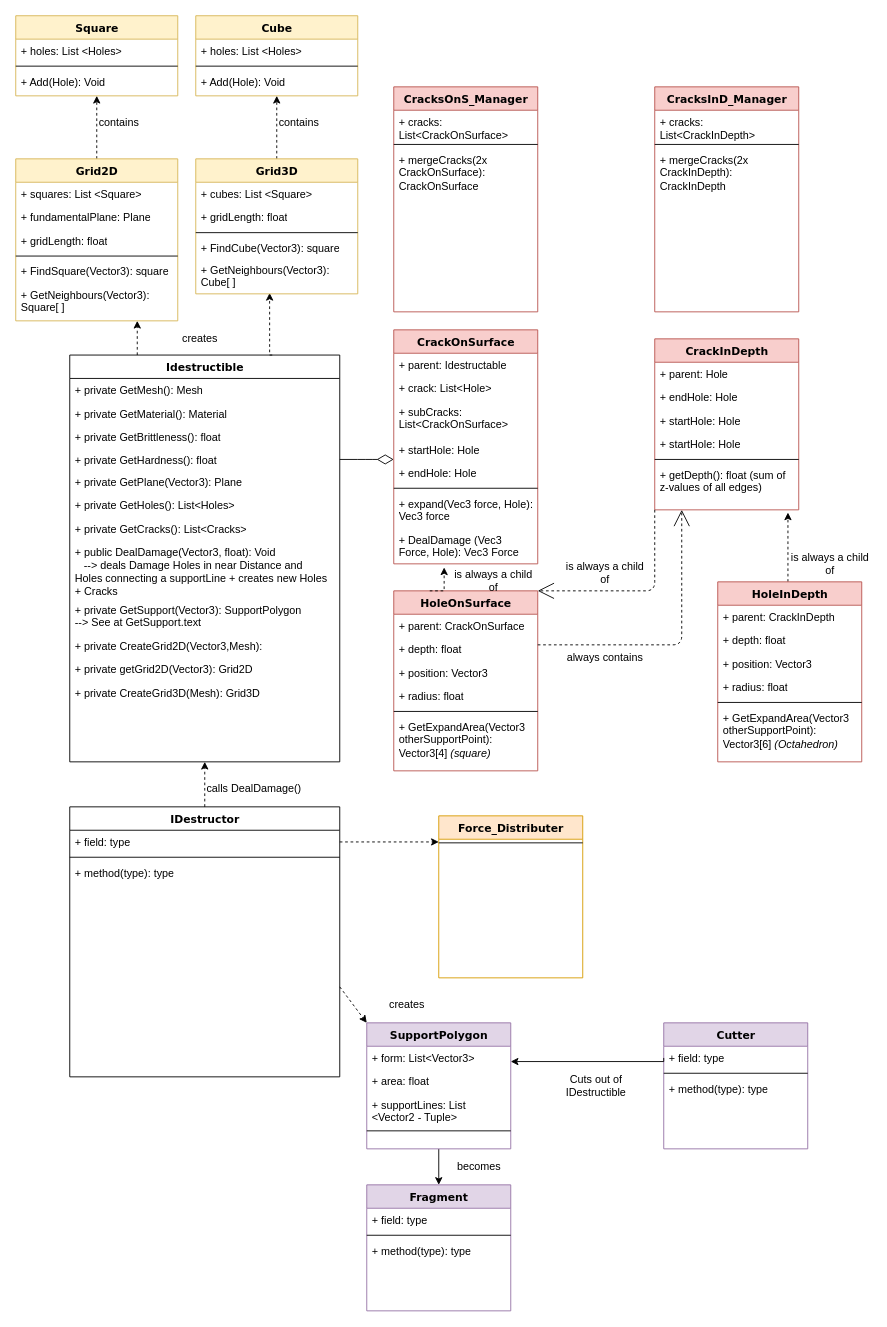
Above: 3. UML.drawio in Arthur-El-H/Destructible-Meshes-Unity-Asset-In-Progress- (draw.io), before the change. Source tidied: cells renumbered, new cells numbered last; positions are measured from the earlier drawing's top-left corner, leaving out a move shared by most shapes. Both pictures are drawn from the tidied source at 90%, with x=0, y=0 at pixel (15, 15).
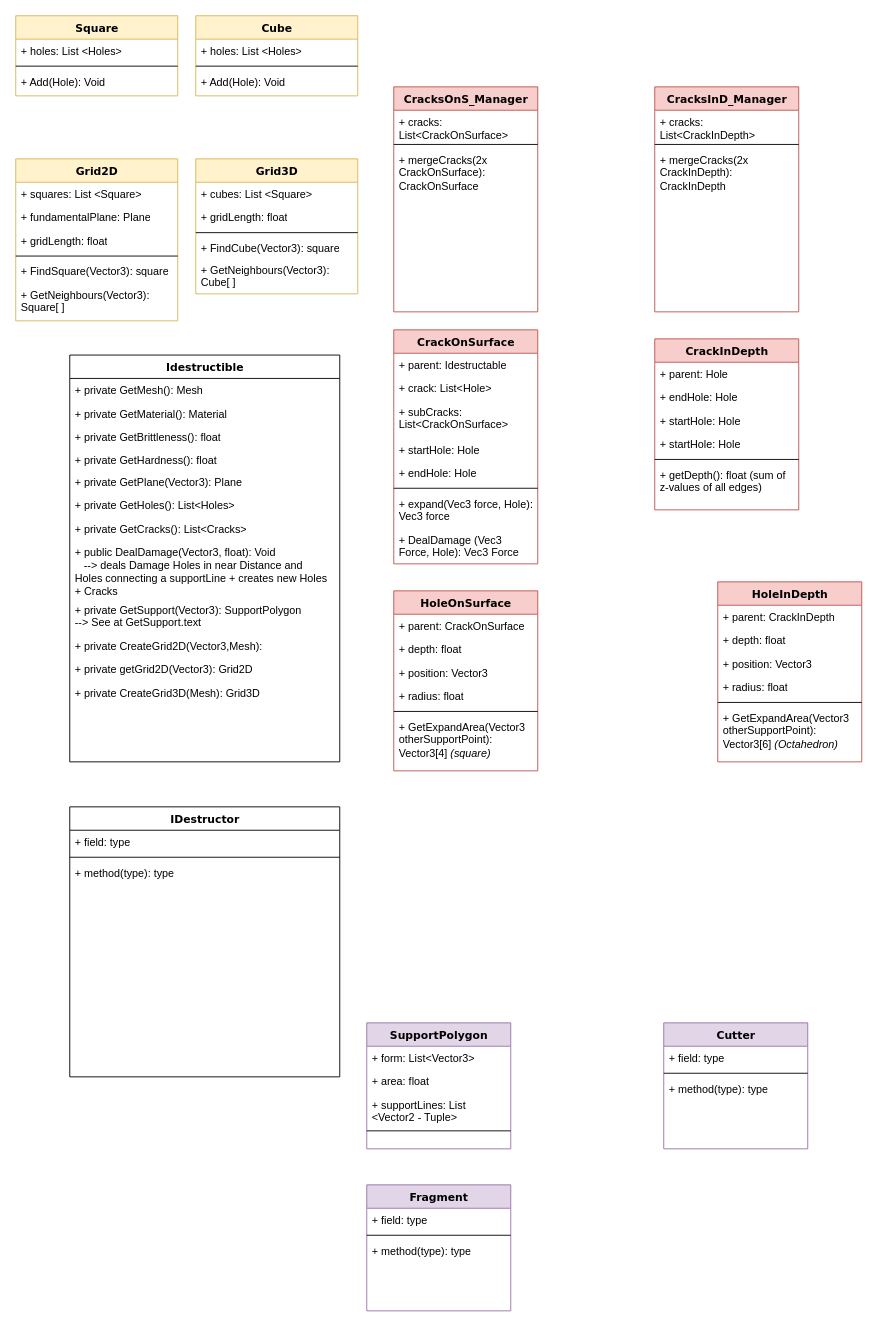
The same diagram, later.

Commit message (it also covers changes not shown here):
Improved UML

relations explained, better ordered

The change refers to these unchanged cells:
```xml
<mxCell id="4" value="Idestructible" style="swimlane;html=1;fontStyle=1;align=center;verticalAlign=top;horizontal=1;startSize=26;swimlaneFillColor=#ffffff;rounded=0;shadow=0;comic=0;labelBackgroundColor=none;strokeWidth=1;fillColor=none;fontFamily=Verdana;fontSize=12;" parent="1" vertex="1">
  <mxGeometry x="60" y="377" width="300" height="452" as="geometry" />
</mxCell>
<mxCell id="17" value="CrackOnSurface" style="swimlane;html=1;fontStyle=1;align=center;verticalAlign=top;horizontal=1;startSize=26;swimlaneFillColor=#ffffff;rounded=0;shadow=0;comic=0;labelBackgroundColor=none;strokeWidth=1;fillColor=#f8cecc;fontFamily=Verdana;fontSize=12;strokeColor=#b85450;" parent="1" vertex="1">
  <mxGeometry x="420" y="349" width="160" height="260" as="geometry" />
</mxCell>
<mxCell id="25" value="+ DealDamage (Vec3 Force, Hole): Vec3 Force" style="text;html=1;strokeColor=none;fillColor=none;align=left;verticalAlign=top;spacingLeft=4;spacingRight=4;whiteSpace=wrap;overflow=hidden;points=[[0,0.5],[1,0.5]];portConstraint=eastwest;" parent="17" vertex="1">
  <mxGeometry y="220" width="160" height="40" as="geometry" />
</mxCell>
<mxCell id="26" value="HoleOnSurface" style="swimlane;html=1;fontStyle=1;align=center;verticalAlign=top;horizontal=1;startSize=26;swimlaneFillColor=#ffffff;rounded=0;shadow=0;comic=0;labelBackgroundColor=none;strokeWidth=1;fillColor=#f8cecc;fontFamily=Verdana;fontSize=12;strokeColor=#b85450;" parent="1" vertex="1">
  <mxGeometry x="420" y="639" width="160" height="200" as="geometry" />
</mxCell>
<mxCell id="34" value="IDestructor" style="swimlane;html=1;fontStyle=1;align=center;verticalAlign=top;horizontal=1;startSize=26;swimlaneFillColor=#ffffff;rounded=0;shadow=0;comic=0;labelBackgroundColor=none;strokeWidth=1;fillColor=none;fontFamily=Verdana;fontSize=12;" parent="1" vertex="1">
  <mxGeometry x="60" y="879" width="300" height="300" as="geometry" />
</mxCell>
<mxCell id="35" value="+ field: type" style="text;html=1;strokeColor=none;fillColor=none;align=left;verticalAlign=top;spacingLeft=4;spacingRight=4;whiteSpace=wrap;overflow=hidden;points=[[0,0.5],[1,0.5]];portConstraint=eastwest;" parent="34" vertex="1">
  <mxGeometry y="26" width="300" height="26" as="geometry" />
</mxCell>
<mxCell id="44" value="+ getDepth(): float (sum of z-values of all edges)" style="text;html=1;strokeColor=none;fillColor=none;align=left;verticalAlign=top;spacingLeft=4;spacingRight=4;whiteSpace=wrap;overflow=hidden;points=[[0,0.5],[1,0.5]];portConstraint=eastwest;" parent="38" vertex="1">
  <mxGeometry y="138" width="160" height="52" as="geometry" />
</mxCell>
<mxCell id="45" value="Square" style="swimlane;html=1;fontStyle=1;align=center;verticalAlign=top;horizontal=1;startSize=26;swimlaneFillColor=#ffffff;rounded=0;shadow=0;comic=0;labelBackgroundColor=none;strokeWidth=1;fillColor=#fff2cc;fontFamily=Verdana;fontSize=12;strokeColor=#d6b656;" parent="1" vertex="1">
  <mxGeometry width="180" height="89" as="geometry" />
</mxCell>
<mxCell id="49" value="Fragment " style="swimlane;html=1;fontStyle=1;align=center;verticalAlign=top;horizontal=1;startSize=26;swimlaneFillColor=#ffffff;rounded=0;shadow=0;comic=0;labelBackgroundColor=none;strokeWidth=1;fillColor=#e1d5e7;fontFamily=Verdana;fontSize=12;strokeColor=#9673a6;" parent="1" vertex="1">
  <mxGeometry x="390" y="1299" width="160" height="140" as="geometry" />
</mxCell>
<mxCell id="57" value="+ field: type" style="text;html=1;strokeColor=none;fillColor=none;align=left;verticalAlign=top;spacingLeft=4;spacingRight=4;whiteSpace=wrap;overflow=hidden;points=[[0,0.5],[1,0.5]];portConstraint=eastwest;" parent="56" vertex="1">
  <mxGeometry y="26" width="160" height="26" as="geometry" />
</mxCell>
<mxCell id="65" value="Grid2D" style="swimlane;html=1;fontStyle=1;align=center;verticalAlign=top;horizontal=1;startSize=26;swimlaneFillColor=#ffffff;rounded=0;shadow=0;comic=0;labelBackgroundColor=none;strokeWidth=1;fillColor=#fff2cc;fontFamily=Verdana;fontSize=12;strokeColor=#d6b656;" parent="1" vertex="1">
  <mxGeometry y="159" width="180" height="180" as="geometry" />
</mxCell>
<mxCell id="76" value="Cube" style="swimlane;html=1;fontStyle=1;align=center;verticalAlign=top;horizontal=1;startSize=26;swimlaneFillColor=#ffffff;rounded=0;shadow=0;comic=0;labelBackgroundColor=none;strokeWidth=1;fillColor=#fff2cc;fontFamily=Verdana;fontSize=12;strokeColor=#d6b656;" parent="1" vertex="1">
  <mxGeometry x="200" width="180" height="89" as="geometry" />
</mxCell>
<mxCell id="81" value="Grid3D" style="swimlane;html=1;fontStyle=1;align=center;verticalAlign=top;horizontal=1;startSize=26;swimlaneFillColor=#ffffff;rounded=0;shadow=0;comic=0;labelBackgroundColor=none;strokeWidth=1;fillColor=#fff2cc;fontFamily=Verdana;fontSize=12;strokeColor=#d6b656;" parent="1" vertex="1">
  <mxGeometry x="200" y="159" width="180" height="150" as="geometry" />
</mxCell>
<mxCell id="86" value="+ GetNeighbours(Vector3): Cube[ ]" style="text;html=1;strokeColor=none;fillColor=none;align=left;verticalAlign=top;spacingLeft=4;spacingRight=4;whiteSpace=wrap;overflow=hidden;points=[[0,0.5],[1,0.5]];portConstraint=eastwest;" parent="81" vertex="1">
  <mxGeometry y="110" width="180" height="40" as="geometry" />
</mxCell>
<mxCell id="88" value="SupportPolygon" style="swimlane;html=1;fontStyle=1;align=center;verticalAlign=top;horizontal=1;startSize=26;swimlaneFillColor=#ffffff;rounded=0;shadow=0;comic=0;labelBackgroundColor=none;strokeWidth=1;fillColor=#e1d5e7;fontFamily=Verdana;fontSize=12;strokeColor=#9673a6;" parent="1" vertex="1">
  <mxGeometry x="390" y="1119" width="160" height="140" as="geometry" />
</mxCell>
<mxCell id="98" value="HoleInDepth" style="swimlane;html=1;fontStyle=1;align=center;verticalAlign=top;horizontal=1;startSize=26;swimlaneFillColor=#ffffff;rounded=0;shadow=0;comic=0;labelBackgroundColor=none;strokeWidth=1;fillColor=#f8cecc;fontFamily=Verdana;fontSize=12;strokeColor=#b85450;" parent="1" vertex="1">
  <mxGeometry x="780" y="629" width="160" height="200" as="geometry" />
</mxCell>
```

The edit, as a diff of the source:
```diff
@@
-    <mxCell id="2" style="edgeStyle=orthogonalEdgeStyle;rounded=0;jettySize=auto;html=1;exitX=0.25;exitY=0;exitDx=0;exitDy=0;entryX=0.75;entryY=1;entryDx=0;entryDy=0;dashed=1;" parent="1" edge="1" source="4" target="65">
-      <mxGeometry relative="1" as="geometry" />
-    </mxCell>
-    <mxCell id="3" style="edgeStyle=orthogonalEdgeStyle;rounded=0;jettySize=auto;html=1;exitX=0.75;exitY=0;exitDx=0;exitDy=0;dashed=1;entryX=0.456;entryY=0.975;entryDx=0;entryDy=0;entryPerimeter=0;" parent="1" edge="1" source="4" target="86">
-      <mxGeometry relative="1" as="geometry">
-        <Array as="points">
-          <mxPoint x="282" y="377" />
-        </Array>
-      </mxGeometry>
-    </mxCell>
@@
-    <mxCell id="33" style="edgeStyle=orthogonalEdgeStyle;rounded=0;jettySize=auto;html=1;exitX=0.5;exitY=0;exitDx=0;exitDy=0;entryX=0.5;entryY=1;entryDx=0;entryDy=0;dashed=1;" parent="1" edge="1" source="34" target="4">
-      <mxGeometry relative="1" as="geometry" />
-    </mxCell>
@@
-    <mxCell id="53" style="edgeStyle=elbowEdgeStyle;html=1;labelBackgroundColor=none;startFill=0;startSize=8;endArrow=diamondThin;endFill=0;endSize=16;fontFamily=Verdana;fontSize=12;elbow=vertical;" parent="1" edge="1" source="4" target="17">
-      <mxGeometry relative="1" as="geometry" />
-    </mxCell>
-    <mxCell id="54" style="edgeStyle=elbowEdgeStyle;html=1;labelBackgroundColor=none;startFill=0;startSize=8;endArrow=open;endFill=0;endSize=16;fontFamily=Verdana;fontSize=12;elbow=vertical;dashed=1;" parent="1" edge="1">
-      <mxGeometry relative="1" as="geometry">
-        <mxPoint x="710" y="549" as="sourcePoint" />
-        <mxPoint x="580" y="639" as="targetPoint" />
-        <Array as="points">
-          <mxPoint x="660" y="639" />
-          <mxPoint x="660" y="649" />
-          <mxPoint x="670" y="629" />
-          <mxPoint x="570" y="639" />
-          <mxPoint x="600" y="569" />
-          <mxPoint x="600" y="619" />
-          <mxPoint x="640" y="569" />
-          <mxPoint x="630" y="684" />
-          <mxPoint x="580" y="599" />
-          <mxPoint x="580" y="689" />
-          <mxPoint x="820" y="501" />
-        </Array>
-      </mxGeometry>
-    </mxCell>
-    <mxCell id="55" value="&lt;div&gt;is always a child of&lt;br&gt;&lt;/div&gt;" style="text;html=1;strokeColor=none;fillColor=none;align=center;verticalAlign=middle;whiteSpace=wrap;rounded=0;" parent="1" vertex="1">
-      <mxGeometry x="610" y="609" width="90" height="20" as="geometry" />
-    </mxCell>
@@
-    <mxCell id="64" style="edgeStyle=orthogonalEdgeStyle;rounded=0;jettySize=auto;html=1;exitX=0.5;exitY=0;exitDx=0;exitDy=0;entryX=0.5;entryY=1;entryDx=0;entryDy=0;dashed=1;" parent="1" edge="1" source="65" target="45">
-      <mxGeometry relative="1" as="geometry" />
-    </mxCell>
@@
-    <mxCell id="80" style="edgeStyle=orthogonalEdgeStyle;rounded=0;jettySize=auto;html=1;exitX=0.5;exitY=0;exitDx=0;exitDy=0;entryX=0.5;entryY=1;entryDx=0;entryDy=0;dashed=1;" parent="1" edge="1" source="81" target="76">
-      <mxGeometry relative="1" as="geometry" />
-    </mxCell>
@@
-    <mxCell id="87" style="edgeStyle=orthogonalEdgeStyle;rounded=0;jettySize=auto;html=1;exitX=0.5;exitY=1;exitDx=0;exitDy=0;entryX=0.5;entryY=0;entryDx=0;entryDy=0;" parent="1" edge="1" source="88" target="49">
-      <mxGeometry relative="1" as="geometry" />
-    </mxCell>
@@
-    <mxCell id="93" value="Force_Distributer" style="swimlane;html=1;fontStyle=1;align=center;verticalAlign=top;horizontal=1;startSize=26;swimlaneFillColor=#ffffff;rounded=0;shadow=0;comic=0;labelBackgroundColor=none;strokeWidth=1;fontFamily=Verdana;fontSize=12;fillColor=#ffe6cc;strokeColor=#d79b00;" parent="1" vertex="1">
-      <mxGeometry x="470" y="889" width="160" height="180" as="geometry" />
-    </mxCell>
-    <mxCell id="94" style="line;html=1;strokeWidth=1;fillColor=none;align=left;verticalAlign=middle;spacingTop=-1;spacingLeft=3;spacingRight=3;labelPosition=right;" parent="93" vertex="1">
-      <mxGeometry y="26" width="160" height="8" as="geometry" />
-    </mxCell>
-    <mxCell id="95" style="edgeStyle=elbowEdgeStyle;html=1;labelBackgroundColor=none;startFill=0;startSize=8;endArrow=open;endFill=0;endSize=16;fontFamily=Verdana;fontSize=12;elbow=vertical;dashed=1;" parent="1" edge="1">
-      <mxGeometry relative="1" as="geometry">
-        <mxPoint x="580" y="699" as="sourcePoint" />
-        <mxPoint x="740" y="549" as="targetPoint" />
-        <Array as="points">
-          <mxPoint x="600" y="699" />
-          <mxPoint x="610" y="739" />
-          <mxPoint x="640" y="709" />
-          <mxPoint x="600" y="799" />
-          <mxPoint x="600" y="750" />
-          <mxPoint x="830" y="479" />
-        </Array>
-      </mxGeometry>
-    </mxCell>
-    <mxCell id="96" value="&lt;div&gt;always contains&lt;br&gt;&lt;/div&gt;" style="text;html=1;strokeColor=none;fillColor=none;align=center;verticalAlign=middle;whiteSpace=wrap;rounded=0;" parent="1" vertex="1">
-      <mxGeometry x="610" y="704" width="90" height="20" as="geometry" />
-    </mxCell>
-    <mxCell id="97" style="edgeStyle=orthogonalEdgeStyle;rounded=0;jettySize=auto;html=1;entryX=0.925;entryY=1.058;entryDx=0;entryDy=0;entryPerimeter=0;dashed=1;" parent="1" edge="1" source="98" target="44">
-      <mxGeometry relative="1" as="geometry">
-        <Array as="points">
-          <mxPoint x="858" y="609" />
-          <mxPoint x="858" y="609" />
-        </Array>
-      </mxGeometry>
-    </mxCell>
@@
-    <mxCell id="105" style="edgeStyle=orthogonalEdgeStyle;rounded=0;jettySize=auto;html=1;exitX=0;exitY=0.5;exitDx=0;exitDy=0;" parent="1" edge="1" source="57">
-      <mxGeometry relative="1" as="geometry">
-        <mxPoint x="550" y="1162" as="targetPoint" />
-        <Array as="points">
-          <mxPoint x="720" y="1162" />
-        </Array>
-      </mxGeometry>
-    </mxCell>
-    <mxCell id="106" value="Cuts out of IDestructible" style="text;html=1;strokeColor=none;fillColor=none;align=center;verticalAlign=middle;whiteSpace=wrap;rounded=0;" parent="1" vertex="1">
-      <mxGeometry x="600" y="1179" width="90" height="20" as="geometry" />
-    </mxCell>
-    <mxCell id="107" value="becomes" style="text;html=1;strokeColor=none;fillColor=none;align=center;verticalAlign=middle;whiteSpace=wrap;rounded=0;" parent="1" vertex="1">
-      <mxGeometry x="470" y="1269" width="90" height="20" as="geometry" />
-    </mxCell>
-    <mxCell id="108" value="&lt;div&gt;is always a child of&lt;br&gt;&lt;/div&gt;" style="text;html=1;strokeColor=none;fillColor=none;align=center;verticalAlign=middle;whiteSpace=wrap;rounded=0;" parent="1" vertex="1">
-      <mxGeometry x="860" y="599" width="90" height="20" as="geometry" />
-    </mxCell>
-    <mxCell id="109" style="edgeStyle=orthogonalEdgeStyle;rounded=0;jettySize=auto;html=1;exitX=1;exitY=0.5;exitDx=0;exitDy=0;dashed=1;" parent="1" edge="1" source="35">
-      <mxGeometry relative="1" as="geometry">
-        <mxPoint x="470" y="918" as="targetPoint" />
-        <Array as="points">
-          <mxPoint x="470" y="918" />
-        </Array>
-      </mxGeometry>
-    </mxCell>
-    <mxCell id="110" value="&lt;div&gt;creates&lt;/div&gt;" style="text;html=1;strokeColor=none;fillColor=none;align=center;verticalAlign=middle;whiteSpace=wrap;rounded=0;" parent="1" vertex="1">
-      <mxGeometry x="160" y="349" width="90" height="20" as="geometry" />
-    </mxCell>
-    <mxCell id="111" value="&lt;div&gt;contains&lt;/div&gt;" style="text;html=1;strokeColor=none;fillColor=none;align=center;verticalAlign=middle;whiteSpace=wrap;rounded=0;" parent="1" vertex="1">
-      <mxGeometry x="70" y="109" width="90" height="20" as="geometry" />
-    </mxCell>
-    <mxCell id="112" value="&lt;div&gt;contains&lt;/div&gt;" style="text;html=1;strokeColor=none;fillColor=none;align=center;verticalAlign=middle;whiteSpace=wrap;rounded=0;" parent="1" vertex="1">
-      <mxGeometry x="270" y="109" width="90" height="20" as="geometry" />
-    </mxCell>
-    <mxCell id="113" style="edgeStyle=orthogonalEdgeStyle;rounded=0;jettySize=auto;html=1;entryX=0.35;entryY=1.1;entryDx=0;entryDy=0;entryPerimeter=0;dashed=1;exitX=0.25;exitY=0;exitDx=0;exitDy=0;" parent="1" edge="1" source="26" target="25">
-      <mxGeometry relative="1" as="geometry">
-        <Array as="points">
-          <mxPoint x="476" y="639" />
-        </Array>
-      </mxGeometry>
-    </mxCell>
-    <mxCell id="114" value="&lt;div&gt;is always a child of&lt;br&gt;&lt;/div&gt;" style="text;html=1;strokeColor=none;fillColor=none;align=center;verticalAlign=middle;whiteSpace=wrap;rounded=0;" parent="1" vertex="1">
-      <mxGeometry x="486" y="617.5" width="90" height="20" as="geometry" />
-    </mxCell>
-    <mxCell id="115" style="endArrow=classic;html=1;dashed=1;entryX=0;entryY=0;entryDx=0;entryDy=0;" parent="1" edge="1" target="88">
-      <mxGeometry relative="1" as="geometry">
-        <mxPoint x="360" y="1079" as="sourcePoint" />
-      </mxGeometry>
-    </mxCell>
-    <mxCell id="116" value="creates" style="text;html=1;strokeColor=none;fillColor=none;align=center;verticalAlign=middle;whiteSpace=wrap;rounded=0;" parent="1" vertex="1">
-      <mxGeometry x="390" y="1089" width="90" height="20" as="geometry" />
-    </mxCell>
-    <mxCell id="117" value="calls DealDamage()" style="text;html=1;strokeColor=none;fillColor=none;align=center;verticalAlign=middle;whiteSpace=wrap;rounded=0;" parent="1" vertex="1">
-      <mxGeometry x="210" y="849" width="110" height="20" as="geometry" />
-    </mxCell>
```
